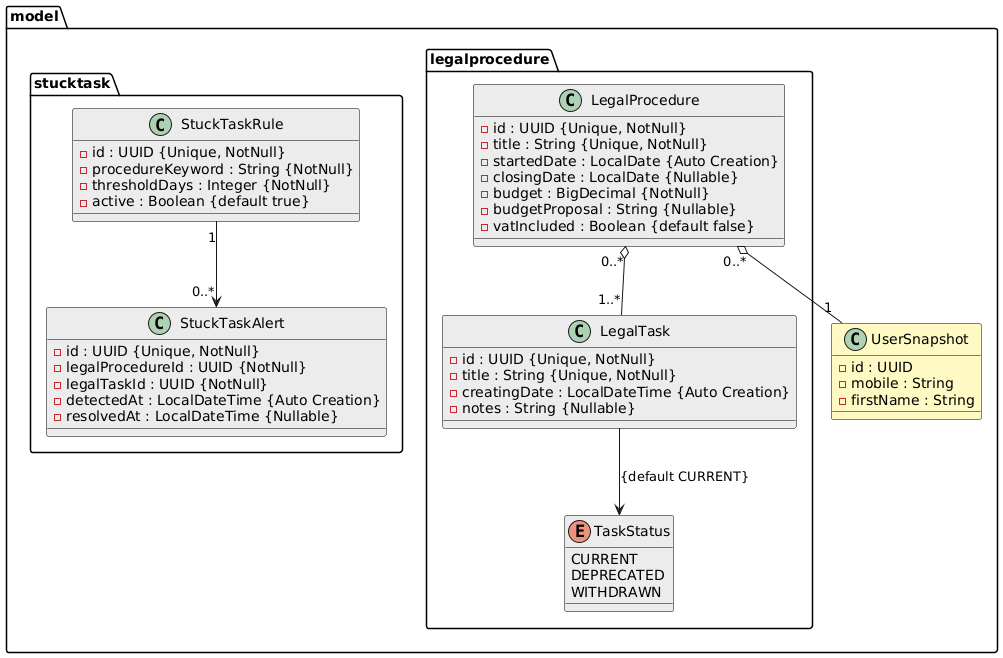
Before: docs/models/modeladoUML_DetectorDeTareasAtascadas.png, a diagram exported from PlantUML (miw-upm/apaw). Its diagram source:
```plantuml
@startuml
skinparam class {
  BackgroundColor #ECECEC
  BorderColor Black
}

package "model" {

  package "legalprocedure" {
    class LegalTask {
      - id : UUID {Unique, NotNull}
      - title : String {Unique, NotNull}
      - creatingDate : LocalDateTime {Auto Creation}
      - notes : String {Nullable}
    }

    enum TaskStatus {
      CURRENT
      DEPRECATED
      WITHDRAWN
    }

    class LegalProcedure {
      - id : UUID {Unique, NotNull}
      - title : String {Unique, NotNull}
      - startedDate : LocalDate {Auto Creation}
      - closingDate : LocalDate {Nullable}
      - budget : BigDecimal {NotNull}
      - budgetProposal : String {Nullable}
      - vatIncluded : Boolean {default false}
    }

    LegalTask --> TaskStatus : {default CURRENT}
    LegalProcedure "0..*" o-- "1..*" LegalTask
  }

  class UserSnapshot #FFF9C4 {
    - id : UUID
    - mobile : String
    - firstName : String
  }

  LegalProcedure "0..*" o-- "1" UserSnapshot

  package "stucktask" {
    class StuckTaskRule {
      - id : UUID {Unique, NotNull}
      - procedureKeyword : String {NotNull}
      - thresholdDays : Integer {NotNull}
      - active : Boolean {default true}
    }

    class StuckTaskAlert {
      - id : UUID {Unique, NotNull}
      - legalProcedureId : UUID {NotNull}
      - legalTaskId : UUID {NotNull}
      - detectedAt : LocalDateTime {Auto Creation}
      - resolvedAt : LocalDateTime {Nullable}
    }

    StuckTaskRule "1" --> "0..*" StuckTaskAlert
  }

}
@enduml
```
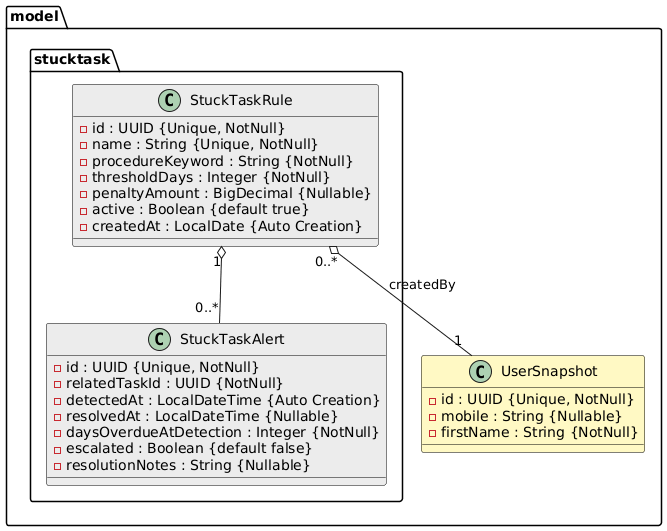
The same diagram one commit later.

Commit message:
Adding new modified UML model miw-upm/apaw#67

What changed in the source:
```diff
@@ -6,60 +6,38 @@
 
 package "model" {
 
-  package "legalprocedure" {
-    class LegalTask {
-      - id : UUID {Unique, NotNull}
-      - title : String {Unique, NotNull}
-      - creatingDate : LocalDateTime {Auto Creation}
-      - notes : String {Nullable}
-    }
-
-    enum TaskStatus {
-      CURRENT
-      DEPRECATED
-      WITHDRAWN
-    }
-
-    class LegalProcedure {
-      - id : UUID {Unique, NotNull}
-      - title : String {Unique, NotNull}
-      - startedDate : LocalDate {Auto Creation}
-      - closingDate : LocalDate {Nullable}
-      - budget : BigDecimal {NotNull}
-      - budgetProposal : String {Nullable}
-      - vatIncluded : Boolean {default false}
-    }
-
-    LegalTask --> TaskStatus : {default CURRENT}
-    LegalProcedure "0..*" o-- "1..*" LegalTask
+  class UserSnapshot #FFF9C4 {
+    - id : UUID {Unique, NotNull}
+    - mobile : String {Nullable}
+    - firstName : String {NotNull}
   }
 
-  class UserSnapshot #FFF9C4 {
-    - id : UUID
-    - mobile : String
-    - firstName : String
-  }
+  package "stucktask" {
 
-  LegalProcedure "0..*" o-- "1" UserSnapshot
-
-  package "stucktask" {
     class StuckTaskRule {
       - id : UUID {Unique, NotNull}
+      - name : String {Unique, NotNull}
       - procedureKeyword : String {NotNull}
       - thresholdDays : Integer {NotNull}
+      - penaltyAmount : BigDecimal {Nullable}
       - active : Boolean {default true}
+      - createdAt : LocalDate {Auto Creation}
     }
 
     class StuckTaskAlert {
       - id : UUID {Unique, NotNull}
-      - legalProcedureId : UUID {NotNull}
-      - legalTaskId : UUID {NotNull}
+      - relatedTaskId : UUID {NotNull}
       - detectedAt : LocalDateTime {Auto Creation}
       - resolvedAt : LocalDateTime {Nullable}
+      - daysOverdueAtDetection : Integer {NotNull}
+      - escalated : Boolean {default false}
+      - resolutionNotes : String {Nullable}
     }
 
-    StuckTaskRule "1" --> "0..*" StuckTaskAlert
+    StuckTaskRule "1" o-- "0..*" StuckTaskAlert
   }
+
+  StuckTaskRule "0..*" o-- "1" UserSnapshot : createdBy
 
 }
 @enduml
```
